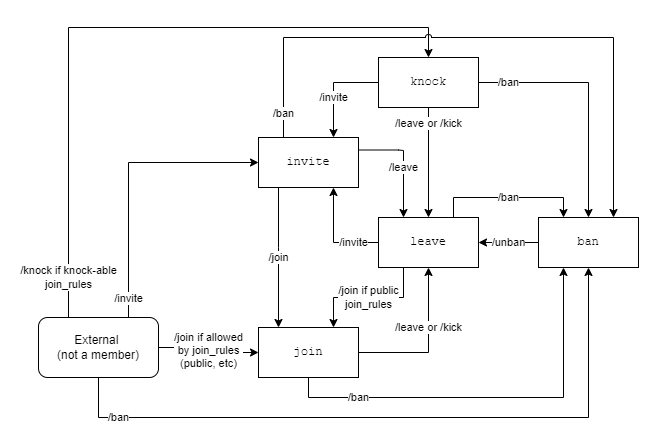
matrix-org/matrix-spec-proposals keeps this draw.io diagram as static/diagrams/membership.png. Above is the earlier version. Source tidied: cells renumbered, new cells last; positions are measured from the earlier drawing's top-left corner, leaving out a move shared by most shapes.
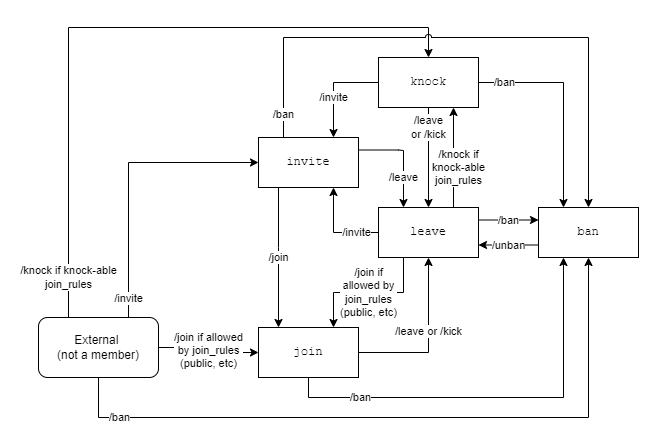
After the commit.

Diff of the diagram source:
```diff
@@ -11,7 +11,7 @@
       </mxGeometry>
     </mxCell>
     <mxCell id="3" value="/leave" style="edgeStyle=orthogonalEdgeStyle;rounded=0;jettySize=auto;html=1;exitX=1;exitY=0.25;exitDx=0;exitDy=0;entryX=0.25;entryY=0;entryDx=0;entryDy=0;" parent="1" edge="1" source="21" target="13">
-      <mxGeometry x="0.11" relative="1" as="geometry">
+      <mxGeometry x="0.41" relative="1" as="geometry">
         <Array as="points">
           <mxPoint x="360" y="123" />
           <mxPoint x="365" y="123" />
@@ -22,7 +22,7 @@
       <mxGeometry x="220" y="110" width="100" height="50" as="geometry" />
     </mxCell>
     <mxCell id="5" value="/leave or /kick" style="edgeStyle=orthogonalEdgeStyle;rounded=0;jettySize=auto;html=1;" parent="1" edge="1" source="7" target="13">
-      <mxGeometry x="0.23" relative="1" as="geometry" />
+      <mxGeometry x="0.1" relative="1" as="geometry" />
     </mxCell>
     <mxCell id="6" value="/ban" style="edgeStyle=orthogonalEdgeStyle;rounded=0;jettySize=auto;html=1;exitX=0.5;exitY=1;exitDx=0;exitDy=0;entryX=0.25;entryY=1;entryDx=0;entryDy=0;" parent="1" edge="1" source="7" target="9">
       <mxGeometry x="-0.65" relative="1" as="geometry" />
@@ -30,23 +30,26 @@
     <mxCell id="7" value="join" style="rounded=0;whiteSpace=wrap;html=1;fontFamily=Courier New;" parent="1" vertex="1">
       <mxGeometry x="220" y="300" width="100" height="50" as="geometry" />
     </mxCell>
-    <mxCell id="8" value="/unban" style="edgeStyle=orthogonalEdgeStyle;rounded=0;jettySize=auto;html=1;exitX=0;exitY=0.5;exitDx=0;exitDy=0;entryX=1;entryY=0.5;entryDx=0;entryDy=0;" parent="1" edge="1" source="9" target="13">
+    <mxCell id="8" value="/unban" style="edgeStyle=orthogonalEdgeStyle;rounded=0;jettySize=auto;html=1;exitX=0;exitY=0.75;exitDx=0;exitDy=0;entryX=1;entryY=0.75;entryDx=0;entryDy=0;" parent="1" edge="1" source="9" target="13">
       <mxGeometry relative="1" as="geometry" />
     </mxCell>
     <mxCell id="9" value="ban" style="rounded=0;whiteSpace=wrap;html=1;fontFamily=Courier New;" parent="1" vertex="1">
-      <mxGeometry x="500" y="190" width="100" height="50" as="geometry" />
+      <mxGeometry x="500" y="180" width="100" height="50" as="geometry" />
     </mxCell>
-    <mxCell id="10" value="/join if public&lt;br&gt;join_rules" style="edgeStyle=orthogonalEdgeStyle;rounded=0;jettySize=auto;html=1;exitX=0.25;exitY=1;exitDx=0;exitDy=0;entryX=0.75;entryY=0;entryDx=0;entryDy=0;" parent="1" edge="1" source="13" target="7">
+    <mxCell id="10" value="/join if&lt;br&gt;allowed by&lt;br&gt;join_rules&lt;br&gt;(public, etc)" style="edgeStyle=orthogonalEdgeStyle;rounded=0;jettySize=auto;html=1;exitX=0.25;exitY=1;exitDx=0;exitDy=0;entryX=0.75;entryY=0;entryDx=0;entryDy=0;" parent="1" edge="1" source="13" target="7">
       <mxGeometry relative="1" as="geometry" />
     </mxCell>
     <mxCell id="11" value="/invite" style="edgeStyle=orthogonalEdgeStyle;rounded=0;jettySize=auto;html=1;entryX=0.75;entryY=1;entryDx=0;entryDy=0;" parent="1" edge="1" source="13" target="21">
       <mxGeometry x="-0.5" relative="1" as="geometry" />
     </mxCell>
-    <mxCell id="12" value="/ban" style="edgeStyle=orthogonalEdgeStyle;rounded=0;jettySize=auto;html=1;exitX=0.75;exitY=0;exitDx=0;exitDy=0;entryX=0.25;entryY=0;entryDx=0;entryDy=0;" parent="1" edge="1" source="13" target="9">
+    <mxCell id="12" value="/ban" style="edgeStyle=orthogonalEdgeStyle;rounded=0;jettySize=auto;html=1;exitX=1;exitY=0.25;exitDx=0;exitDy=0;entryX=0;entryY=0.25;entryDx=0;entryDy=0;" parent="1" edge="1" source="13" target="9">
       <mxGeometry relative="1" as="geometry" />
     </mxCell>
+    <mxCell id="25" value="/knock if&lt;br&gt;knock-able&lt;br&gt;join_rules&lt;br&gt;" style="edgeStyle=orthogonalEdgeStyle;rounded=0;jettySize=auto;html=1;exitX=0.75;exitY=0;exitDx=0;exitDy=0;entryX=0.75;entryY=1;entryDx=0;entryDy=0;" parent="1" edge="1" source="13" target="20">
+      <mxGeometry x="-0.2" y="-5" relative="1" as="geometry" />
+    </mxCell>
     <mxCell id="13" value="leave" style="rounded=0;whiteSpace=wrap;html=1;fontFamily=Courier New;" parent="1" vertex="1">
-      <mxGeometry x="340" y="190" width="100" height="50" as="geometry" />
+      <mxGeometry x="340" y="180" width="100" height="50" as="geometry" />
     </mxCell>
     <mxCell id="14" value="/invite" style="edgeStyle=orthogonalEdgeStyle;rounded=0;jettySize=auto;html=1;exitX=0.75;exitY=0;exitDx=0;exitDy=0;entryX=0;entryY=0.5;entryDx=0;entryDy=0;" parent="1" edge="1" source="22" target="21">
       <mxGeometry x="-0.87" relative="1" as="geometry" />
@@ -69,10 +72,10 @@
         </Array>
       </mxGeometry>
     </mxCell>
-    <mxCell id="18" value="/leave or /kick" style="edgeStyle=orthogonalEdgeStyle;rounded=0;jettySize=auto;html=1;exitX=0.5;exitY=1;exitDx=0;exitDy=0;entryX=0.5;entryY=0;entryDx=0;entryDy=0;fontFamily=Helvetica;" parent="1" edge="1" source="20" target="13">
-      <mxGeometry x="-0.71" relative="1" as="geometry" />
+    <mxCell id="18" value="/leave&lt;br&gt;or /kick" style="edgeStyle=orthogonalEdgeStyle;rounded=0;jettySize=auto;html=1;exitX=0.5;exitY=1;exitDx=0;exitDy=0;entryX=0.5;entryY=0;entryDx=0;entryDy=0;fontFamily=Helvetica;" parent="1" edge="1" source="20" target="13">
+      <mxGeometry x="-0.6" relative="1" as="geometry" />
     </mxCell>
-    <mxCell id="19" value="/ban" style="edgeStyle=orthogonalEdgeStyle;rounded=0;jettySize=auto;html=1;exitX=1;exitY=0.5;exitDx=0;exitDy=0;entryX=0.5;entryY=0;entryDx=0;entryDy=0;fontFamily=Helvetica;" parent="1" edge="1" source="20" target="9">
+    <mxCell id="19" value="/ban" style="edgeStyle=orthogonalEdgeStyle;rounded=0;jettySize=auto;html=1;exitX=1;exitY=0.5;exitDx=0;exitDy=0;entryX=0.25;entryY=0;entryDx=0;entryDy=0;fontFamily=Helvetica;" parent="1" edge="1" source="20" target="9">
       <mxGeometry x="-0.76" relative="1" as="geometry" />
     </mxCell>
     <mxCell id="20" value="knock" style="rounded=0;whiteSpace=wrap;html=1;fontFamily=Courier New;" parent="1" vertex="1">
@@ -92,11 +95,11 @@
         </Array>
       </mxGeometry>
     </mxCell>
-    <mxCell id="24" value="/ban" style="edgeStyle=orthogonalEdgeStyle;rounded=0;jettySize=auto;html=1;exitX=0.25;exitY=0;exitDx=0;exitDy=0;entryX=0.75;entryY=0;entryDx=0;entryDy=0;jumpStyle=arc;" parent="1" edge="1" source="21" target="9">
+    <mxCell id="24" value="/ban" style="edgeStyle=orthogonalEdgeStyle;rounded=0;jettySize=auto;html=1;exitX=0.25;exitY=0;exitDx=0;exitDy=0;entryX=0.5;entryY=0;entryDx=0;entryDy=0;jumpStyle=arc;" parent="1" edge="1" source="21" target="9">
       <mxGeometry x="-0.92" relative="1" as="geometry">
         <Array as="points">
           <mxPoint x="245" y="10" />
-          <mxPoint x="575" y="10" />
+          <mxPoint x="550" y="10" />
         </Array>
       </mxGeometry>
     </mxCell>
```
